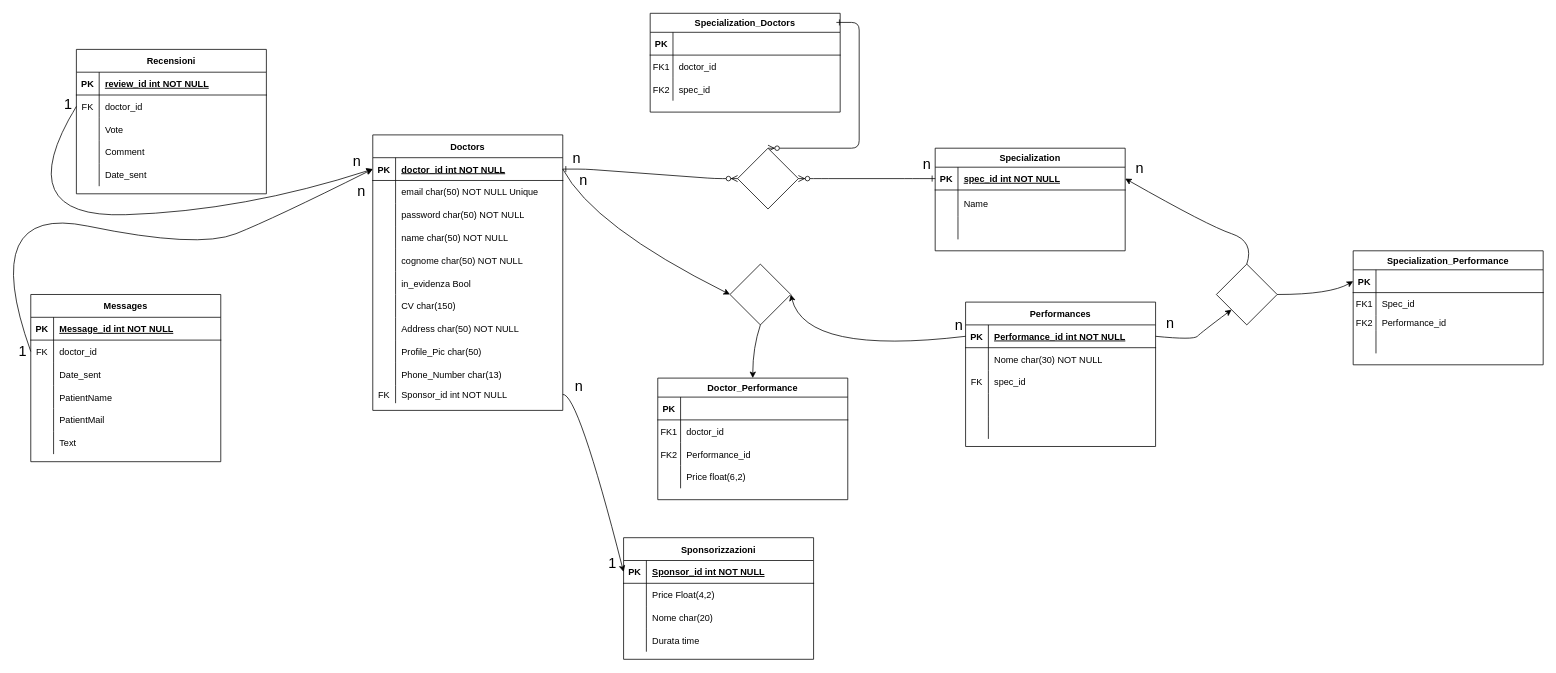
The draw.io diagram 8Doctors.drawio in AlessandroGCatino/CodingChallengeCatino, before the edit. Source tidied: cells renumbered, new cells numbered last; positions are measured from the earlier drawing's top-left corner, leaving out a move shared by most shapes. Both pictures are drawn from the tidied source at 76%, with x=0, y=0 at pixel (-23, 13).
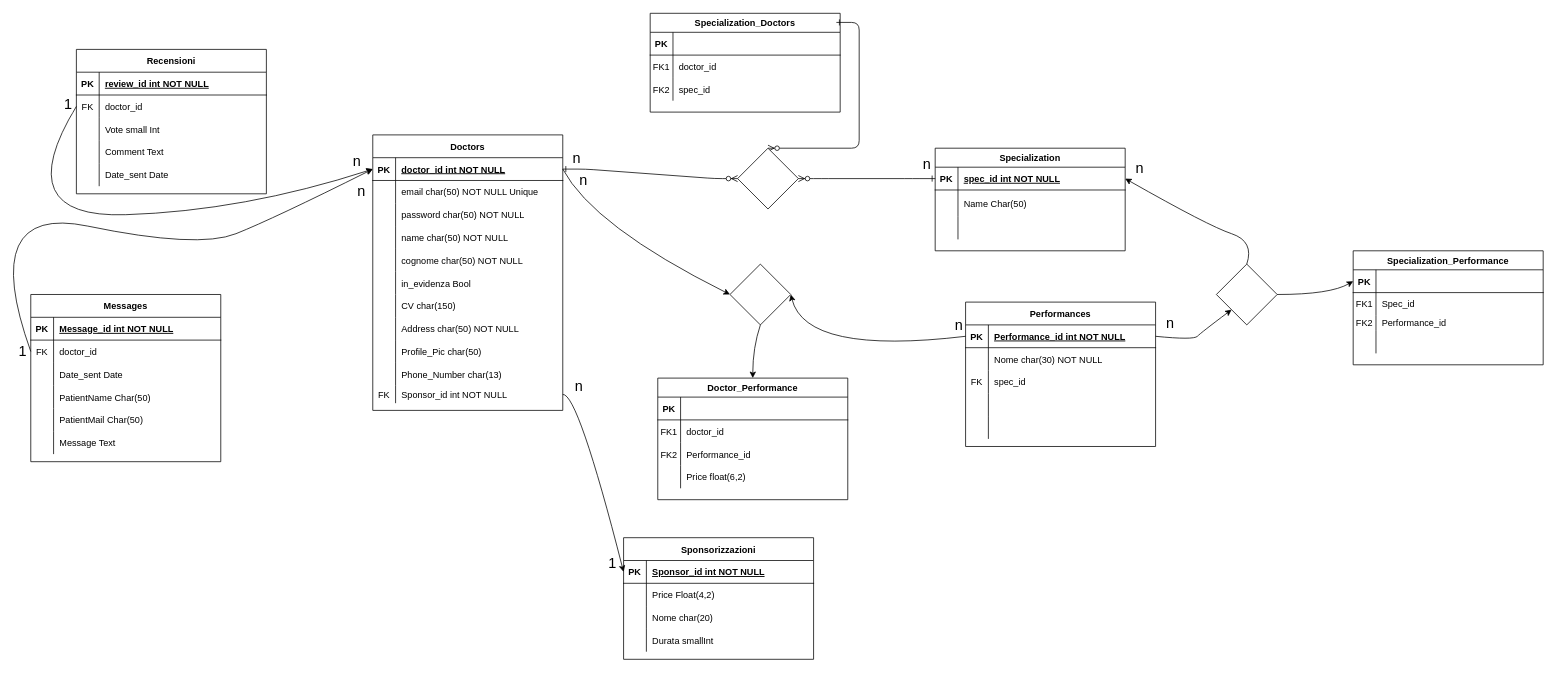
The same diagram, later.

Unchanged cells that the change refers to:
```xml
<mxCell id="8" style="shape=partialRectangle;fillColor=none;top=0;left=0;right=0;bottom=0;" parent="4" vertex="1">
  <mxGeometry y="55" width="250" height="35" as="geometry" />
</mxCell>
<mxCell id="68" style="shape=partialRectangle;fillColor=none;top=0;left=0;right=0;bottom=0;" parent="61" vertex="1">
  <mxGeometry y="90" width="250" height="30" as="geometry" />
</mxCell>
<mxCell id="71" style="shape=partialRectangle;fillColor=none;top=0;left=0;right=0;bottom=0;" parent="61" vertex="1">
  <mxGeometry y="120" width="250" height="30" as="geometry" />
</mxCell>
<mxCell id="74" style="shape=partialRectangle;fillColor=none;top=0;left=0;right=0;bottom=0;" parent="61" vertex="1">
  <mxGeometry y="150" width="250" height="30" as="geometry" />
</mxCell>
<mxCell id="85" style="shape=partialRectangle;fillColor=none;top=0;left=0;right=0;bottom=0;" parent="78" vertex="1">
  <mxGeometry y="90" width="250" height="30" as="geometry" />
</mxCell>
<mxCell id="88" style="shape=partialRectangle;fillColor=none;top=0;left=0;right=0;bottom=0;" parent="78" vertex="1">
  <mxGeometry y="120" width="250" height="30" as="geometry" />
</mxCell>
<mxCell id="91" style="shape=partialRectangle;fillColor=none;top=0;left=0;right=0;bottom=0;" parent="78" vertex="1">
  <mxGeometry y="150" width="250" height="30" as="geometry" />
</mxCell>
<mxCell id="94" style="shape=partialRectangle;fillColor=none;top=0;left=0;right=0;bottom=0;" parent="78" vertex="1">
  <mxGeometry y="180" width="250" height="30" as="geometry" />
</mxCell>
<mxCell id="108" style="shape=partialRectangle;fillColor=none;top=0;left=0;right=0;bottom=0;" parent="98" vertex="1">
  <mxGeometry y="120" width="250" height="30" as="geometry" />
</mxCell>
<mxCell id="116" style="shape=partialRectangle;fillColor=none;top=0;left=0;right=0;bottom=0;" parent="112" vertex="1">
  <mxGeometry y="60" width="250" height="30" as="geometry" />
</mxCell>
```

Change to the diagram source:
```diff
@@
-    <mxCell id="10" value="Name" style="shape=partialRectangle;overflow=hidden;fillColor=none;top=0;left=0;bottom=0;right=0;align=left;spacingLeft=6;" parent="8" vertex="1">
+    <mxCell id="10" value="Name Char(50)" style="shape=partialRectangle;overflow=hidden;fillColor=none;top=0;left=0;bottom=0;right=0;align=left;spacingLeft=6;" parent="8" vertex="1">
       <mxGeometry x="30" width="220" height="35" as="geometry" />
     </mxCell>
@@
-    <mxCell id="70" value="Vote" style="shape=partialRectangle;overflow=hidden;fillColor=none;top=0;left=0;bottom=0;right=0;align=left;spacingLeft=6;" parent="68" vertex="1">
+    <mxCell id="70" value="Vote small Int" style="shape=partialRectangle;overflow=hidden;fillColor=none;top=0;left=0;bottom=0;right=0;align=left;spacingLeft=6;" parent="68" vertex="1">
       <mxGeometry x="30" width="220" height="30" as="geometry" />
     </mxCell>
@@
-    <mxCell id="73" value="Comment" style="shape=partialRectangle;overflow=hidden;fillColor=none;top=0;left=0;bottom=0;right=0;align=left;spacingLeft=6;" parent="71" vertex="1">
+    <mxCell id="73" value="Comment Text" style="shape=partialRectangle;overflow=hidden;fillColor=none;top=0;left=0;bottom=0;right=0;align=left;spacingLeft=6;" parent="71" vertex="1">
       <mxGeometry x="30" width="220" height="30" as="geometry" />
     </mxCell>
@@
-    <mxCell id="76" value="Date_sent" style="shape=partialRectangle;overflow=hidden;fillColor=none;top=0;left=0;bottom=0;right=0;align=left;spacingLeft=6;" parent="74" vertex="1">
+    <mxCell id="76" value="Date_sent Date" style="shape=partialRectangle;overflow=hidden;fillColor=none;top=0;left=0;bottom=0;right=0;align=left;spacingLeft=6;" parent="74" vertex="1">
       <mxGeometry x="30" width="220" height="30" as="geometry" />
     </mxCell>
@@
-    <mxCell id="87" value="Date_sent" style="shape=partialRectangle;overflow=hidden;fillColor=none;top=0;left=0;bottom=0;right=0;align=left;spacingLeft=6;" parent="85" vertex="1">
+    <mxCell id="87" value="Date_sent Date" style="shape=partialRectangle;overflow=hidden;fillColor=none;top=0;left=0;bottom=0;right=0;align=left;spacingLeft=6;" parent="85" vertex="1">
       <mxGeometry x="30" width="220" height="30" as="geometry" />
     </mxCell>
@@
-    <mxCell id="90" value="PatientName" style="shape=partialRectangle;overflow=hidden;fillColor=none;top=0;left=0;bottom=0;right=0;align=left;spacingLeft=6;" parent="88" vertex="1">
+    <mxCell id="90" value="PatientName Char(50)" style="shape=partialRectangle;overflow=hidden;fillColor=none;top=0;left=0;bottom=0;right=0;align=left;spacingLeft=6;" parent="88" vertex="1">
       <mxGeometry x="30" width="220" height="30" as="geometry" />
     </mxCell>
@@
-    <mxCell id="93" value="PatientMail" style="shape=partialRectangle;overflow=hidden;fillColor=none;top=0;left=0;bottom=0;right=0;align=left;spacingLeft=6;" parent="91" vertex="1">
+    <mxCell id="93" value="PatientMail Char(50)" style="shape=partialRectangle;overflow=hidden;fillColor=none;top=0;left=0;bottom=0;right=0;align=left;spacingLeft=6;" parent="91" vertex="1">
       <mxGeometry x="30" width="220" height="30" as="geometry" />
     </mxCell>
@@
-    <mxCell id="96" value="Text" style="shape=partialRectangle;overflow=hidden;fillColor=none;top=0;left=0;bottom=0;right=0;align=left;spacingLeft=6;" parent="94" vertex="1">
+    <mxCell id="96" value="Message Text" style="shape=partialRectangle;overflow=hidden;fillColor=none;top=0;left=0;bottom=0;right=0;align=left;spacingLeft=6;" parent="94" vertex="1">
       <mxGeometry x="30" width="220" height="30" as="geometry" />
     </mxCell>
@@
-    <mxCell id="110" value="Durata time" style="shape=partialRectangle;overflow=hidden;fillColor=none;top=0;left=0;bottom=0;right=0;align=left;spacingLeft=6;" parent="108" vertex="1">
+    <mxCell id="110" value="Durata smallInt" style="shape=partialRectangle;overflow=hidden;fillColor=none;top=0;left=0;bottom=0;right=0;align=left;spacingLeft=6;" parent="108" vertex="1">
       <mxGeometry x="30" width="220" height="30" as="geometry" />
     </mxCell>
@@
-    <mxCell id="118" value="Nome char(30) NOT NULL " style="shape=partialRectangle;overflow=hidden;fillColor=none;top=0;left=0;bottom=0;right=0;align=left;spacingLeft=6;" parent="116" vertex="1">
+    <mxCell id="118" style="shape=partialRectangle;overflow=hidden;fillColor=none;top=0;left=0;bottom=0;right=0;align=left;spacingLeft=6;" parent="116" vertex="1">
       <mxGeometry x="30" width="220" height="30" as="geometry" />
     </mxCell>
@@
+    <mxCell id="173" value="Nome char(30) NOT NULL " style="shape=partialRectangle;overflow=hidden;fillColor=none;top=0;left=0;bottom=0;right=0;align=left;spacingLeft=6;" parent="1" vertex="1">
+      <mxGeometry x="1330" y="440" width="220" height="30" as="geometry" />
+    </mxCell>
```
